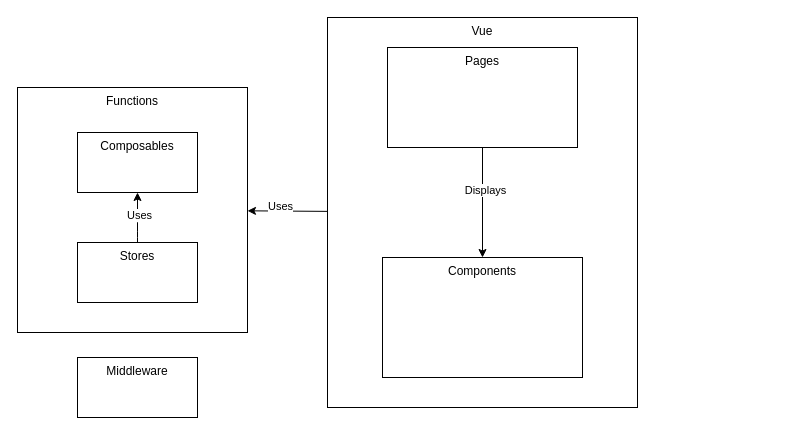
Above: drawio/ascnuxt.drawio in ThomasColin1/rapport_pfe (draw.io), before the change. Source tidied: cells renumbered, new cells numbered last; positions are measured from the earlier drawing's top-left corner, leaving out a move shared by most shapes. Both pictures are drawn from the tidied source at 100%, with x=0, y=0 at pixel (17, 17).
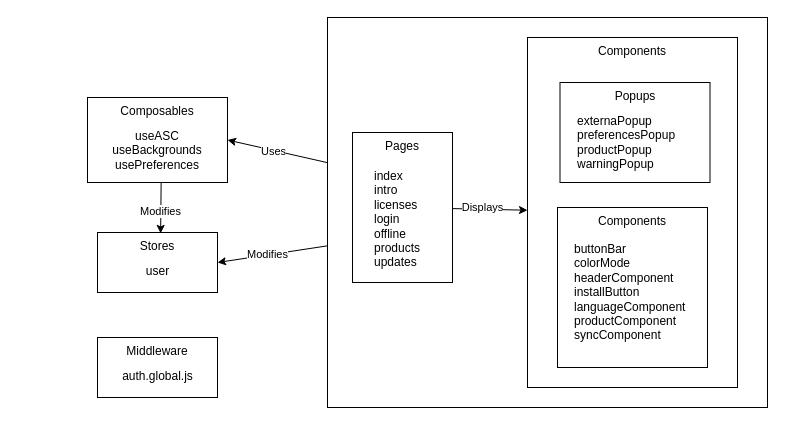
Above is the later version.

Change to the diagram source:
```diff
@@
-    <mxCell id="2" value="Functions" style="whiteSpace=wrap;html=1;verticalAlign=top;" parent="1" vertex="1">
-      <mxGeometry y="70" width="230" height="245" as="geometry" />
-    </mxCell>
-    <mxCell id="3" style="edgeStyle=none;html=1;" parent="1" edge="1" source="5" target="2">
+    <mxCell id="3" style="edgeStyle=none;html=1;entryX=1;entryY=0.5;entryDx=0;entryDy=0;" parent="1" edge="1" source="5" target="7">
       <mxGeometry relative="1" as="geometry" />
     </mxCell>
@@
-    <mxCell id="5" value="Vue" style="whiteSpace=wrap;html=1;verticalAlign=top;" parent="1" vertex="1">
-      <mxGeometry x="310" width="310" height="390" as="geometry" />
+    <mxCell id="5" style="whiteSpace=wrap;html=1;verticalAlign=top;" parent="1" vertex="1">
+      <mxGeometry x="310" width="440" height="390" as="geometry" />
     </mxCell>
     <mxCell id="6" value="Components&lt;br&gt;" style="whiteSpace=wrap;html=1;verticalAlign=top;" parent="1" vertex="1">
-      <mxGeometry x="365" y="240" width="200" height="120" as="geometry" />
+      <mxGeometry x="510" y="20" width="210" height="350" as="geometry" />
     </mxCell>
     <mxCell id="7" value="Composables" style="whiteSpace=wrap;html=1;verticalAlign=top;" parent="1" vertex="1">
-      <mxGeometry x="60" y="115" width="120" height="60" as="geometry" />
+      <mxGeometry x="70" y="80" width="140" height="85" as="geometry" />
     </mxCell>
-    <mxCell id="8" style="edgeStyle=none;html=1;entryX=0.5;entryY=1;entryDx=0;entryDy=0;" parent="1" edge="1" source="10" target="7">
-      <mxGeometry relative="1" as="geometry">
-        <Array as="points">
-          <mxPoint x="120" y="215" />
-        </Array>
-      </mxGeometry>
+    <mxCell id="8" style="edgeStyle=none;html=1;entryX=0.526;entryY=0.015;entryDx=0;entryDy=0;entryPerimeter=0;exitX=0.526;exitY=1.003;exitDx=0;exitDy=0;exitPerimeter=0;" parent="1" edge="1" source="7" target="10">
+      <mxGeometry relative="1" as="geometry" />
     </mxCell>
-    <mxCell id="9" value="Uses" style="edgeLabel;html=1;align=center;verticalAlign=middle;" parent="8" vertex="1">
+    <mxCell id="9" value="Modifies" style="edgeLabel;html=1;align=center;verticalAlign=middle;" parent="8" vertex="1">
       <mxGeometry x="0.1" y="-1" relative="1" as="geometry" />
     </mxCell>
     <mxCell id="10" value="Stores&lt;br&gt;" style="whiteSpace=wrap;html=1;verticalAlign=top;" parent="1" vertex="1">
-      <mxGeometry x="60" y="225" width="120" height="60" as="geometry" />
+      <mxGeometry x="80" y="215" width="120" height="60" as="geometry" />
     </mxCell>
@@
     <mxCell id="13" value="Pages&lt;br&gt;" style="whiteSpace=wrap;html=1;verticalAlign=top;" parent="1" vertex="1">
-      <mxGeometry x="370" y="30" width="190" height="100" as="geometry" />
+      <mxGeometry x="335" y="115" width="100" height="150" as="geometry" />
     </mxCell>
     <mxCell id="14" value="Middleware" style="whiteSpace=wrap;html=1;verticalAlign=top;" parent="1" vertex="1">
-      <mxGeometry x="60" y="340" width="120" height="60" as="geometry" />
+      <mxGeometry x="80" y="320" width="120" height="60" as="geometry" />
     </mxCell>
+    <mxCell id="15" style="edgeStyle=none;html=1;entryX=1;entryY=0.5;entryDx=0;entryDy=0;" parent="1" edge="1" source="5" target="10">
+      <mxGeometry relative="1" as="geometry" />
+    </mxCell>
+    <mxCell id="16" value="Modifies" style="edgeLabel;html=1;align=center;verticalAlign=middle;" parent="15" vertex="1">
+      <mxGeometry x="0.1" y="-1" relative="1" as="geometry" />
+    </mxCell>
+    <mxCell id="17" value="auth.global.js" style="text;strokeColor=none;align=center;fillColor=none;html=1;verticalAlign=top;whiteSpace=wrap;rounded=0;" parent="1" vertex="1">
+      <mxGeometry x="96.5" y="345" width="87" height="25" as="geometry" />
+    </mxCell>
+    <mxCell id="18" value="user" style="text;strokeColor=none;align=center;fillColor=none;html=1;verticalAlign=top;whiteSpace=wrap;rounded=0;" parent="1" vertex="1">
+      <mxGeometry x="96.5" y="240" width="87" height="25" as="geometry" />
+    </mxCell>
+    <mxCell id="19" value="useASC&lt;br&gt;useBackgrounds&lt;br&gt;usePreferences" style="text;strokeColor=none;align=center;fillColor=none;html=1;verticalAlign=top;whiteSpace=wrap;rounded=0;" parent="1" vertex="1">
+      <mxGeometry x="80" y="105" width="120" height="50" as="geometry" />
+    </mxCell>
+    <mxCell id="20" value="index&lt;br&gt;intro&lt;br&gt;licenses&lt;br&gt;login&lt;br&gt;offline&lt;br&gt;products&lt;br&gt;updates" style="text;strokeColor=none;align=left;fillColor=none;html=1;verticalAlign=top;whiteSpace=wrap;rounded=0;" parent="1" vertex="1">
+      <mxGeometry x="355" y="145" width="60" height="110" as="geometry" />
+    </mxCell>
+    <mxCell id="21" value="Popups&lt;br&gt;" style="whiteSpace=wrap;html=1;verticalAlign=top;" parent="1" vertex="1">
+      <mxGeometry x="542.5" y="65" width="150" height="100" as="geometry" />
+    </mxCell>
+    <mxCell id="22" value="externaPopup&lt;br&gt;preferencesPopup&lt;br&gt;productPopup&lt;br&gt;warningPopup" style="text;strokeColor=none;align=left;fillColor=none;html=1;verticalAlign=top;whiteSpace=wrap;rounded=0;" parent="1" vertex="1">
+      <mxGeometry x="557.5" y="90" width="120" height="70" as="geometry" />
+    </mxCell>
+    <mxCell id="23" value="Components" style="whiteSpace=wrap;html=1;verticalAlign=top;" parent="1" vertex="1">
+      <mxGeometry x="540" y="190" width="150" height="160" as="geometry" />
+    </mxCell>
+    <mxCell id="24" value="buttonBar&lt;br&gt;colorMode&lt;br&gt;headerComponent&lt;br&gt;installButton&lt;br&gt;languageComponent&lt;br&gt;productComponent&lt;br&gt;syncComponent" style="text;strokeColor=none;align=left;fillColor=none;html=1;verticalAlign=top;whiteSpace=wrap;rounded=0;" parent="1" vertex="1">
+      <mxGeometry x="555" y="217.5" width="125" height="122.5" as="geometry" />
+    </mxCell>
```
